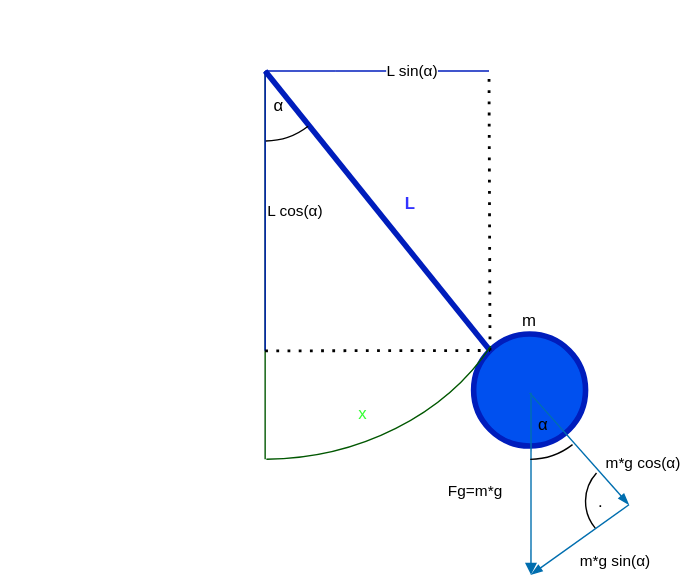
WelfareUnit/Projekt2 keeps this draw.io diagram as rysunek.drawio.svg. Above is the earlier version. Source tidied: cells renumbered, new cells last; positions are measured from the earlier drawing's top-left corner, leaving out a move shared by most shapes.
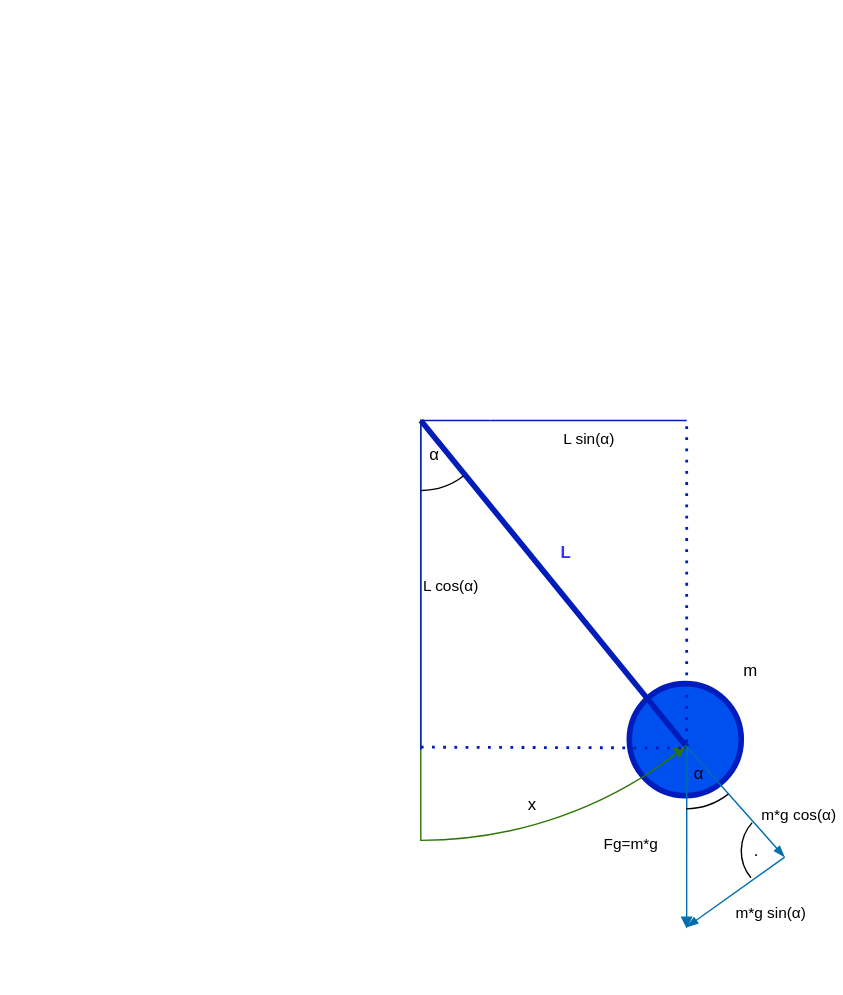
Later version of the same file.

What changed in the source:
```diff
@@ -2,24 +2,20 @@
   <root>
     <mxCell id="0" />
     <mxCell id="1" parent="0" />
-    <mxCell id="2" style="endArrow=none;html=1;rounded=0;entryX=0.5;entryY=1;entryDx=0;entryDy=0;entryPerimeter=0;fillColor=#008a00;strokeColor=#005700;" parent="1" edge="1">
-      <mxGeometry relative="1" as="geometry">
-        <mxPoint x="189" y="50" as="sourcePoint" />
-        <mxPoint x="189" y="327.5" as="targetPoint" />
-      </mxGeometry>
-    </mxCell>
-    <mxCell id="3" value="&lt;div&gt;m&lt;/div&gt;" style="ellipse;whiteSpace=wrap;html=1;strokeWidth=4;fillColor=#0050ef;fontColor=#000000;strokeColor=#001DBC;align=center;labelPosition=center;verticalLabelPosition=top;verticalAlign=bottom;" parent="1" vertex="1">
+    <mxCell id="3" value="&lt;div&gt;m&lt;/div&gt;" style="ellipse;whiteSpace=wrap;html=1;strokeWidth=4;fillColor=#0050ef;fontColor=#000000;strokeColor=#001DBC;align=left;labelPosition=right;verticalLabelPosition=top;verticalAlign=bottom;" parent="1" vertex="1">
       <mxGeometry x="338" y="238" width="80" height="80" as="geometry" />
     </mxCell>
+    <mxCell id="22" style="verticalLabelPosition=bottom;verticalAlign=top;html=1;shape=mxgraph.basic.pie;startAngle=0.3913260905740087;endAngle=0.5;fillColor=none;fontColor=#ffffff;strokeColor=#2D7600;" parent="1" vertex="1">
+      <mxGeometry x="-111" y="-250" width="600" height="600" as="geometry" />
+    </mxCell>
-    <mxCell id="4" style="endArrow=none;html=1;rounded=0;exitX=0;exitY=0;exitDx=0;exitDy=0;fillColor=#0050ef;strokeColor=#001DBC;strokeWidth=4;" parent="1" edge="1" source="3">
+    <mxCell id="4" style="endArrow=none;html=1;rounded=0;exitX=0.817;exitY=0.889;exitDx=0;exitDy=0;fillColor=#0050ef;strokeColor=#001DBC;strokeWidth=4;exitPerimeter=0;" parent="1" edge="1" source="22">
       <mxGeometry relative="1" as="geometry">
         <mxPoint x="189" y="50" as="targetPoint" />
       </mxGeometry>
     </mxCell>
-    <mxCell id="5" value="&lt;div align=&quot;left&quot;&gt;L cos(α)&lt;/div&gt;" style="endArrow=none;html=1;rounded=0;align=left;fillColor=#0050ef;strokeColor=#001DBC;" parent="1" edge="1">
+    <mxCell id="5" value="&lt;div align=&quot;left&quot;&gt;L cos(α)&lt;/div&gt;" style="endArrow=none;html=1;rounded=0;align=left;fillColor=#0050ef;strokeColor=#001DBC;entryX=0.5;entryY=0.892;entryDx=0;entryDy=0;entryPerimeter=0;" parent="1" edge="1" target="22">
       <mxGeometry relative="1" as="geometry">
         <mxPoint x="189" y="50" as="sourcePoint" />
-        <mxPoint x="189" y="250" as="targetPoint" />
       </mxGeometry>
     </mxCell>
     <mxCell id="6" style="endArrow=none;html=1;rounded=0;fillColor=#0050ef;strokeColor=#001DBC;" parent="1" edge="1" source="10">
@@ -27,48 +23,42 @@
         <mxPoint x="189" y="50" as="targetPoint" />
       </mxGeometry>
     </mxCell>
-    <mxCell id="7" style="endArrow=none;dashed=1;html=1;dashPattern=1 3;strokeWidth=2;rounded=0;entryX=0;entryY=0;entryDx=0;entryDy=0;" parent="1" edge="1" target="3">
-      <mxGeometry relative="1" as="geometry">
-        <mxPoint x="189" y="250" as="sourcePoint" />
-      </mxGeometry>
-    </mxCell>
-    <mxCell id="8" style="endArrow=none;dashed=1;html=1;dashPattern=1 3;strokeWidth=2;rounded=0;exitX=0;exitY=0;exitDx=0;exitDy=0;" parent="1" edge="1" source="3">
+    <mxCell id="8" style="endArrow=none;dashed=1;html=1;dashPattern=1 3;strokeWidth=2;rounded=0;fillColor=#0050ef;strokeColor=#001DBC;" parent="1" edge="1">
       <mxGeometry relative="1" as="geometry">
-        <mxPoint x="349" y="50" as="targetPoint" />
+        <mxPoint x="379" y="280" as="sourcePoint" />
+        <mxPoint x="379" y="50" as="targetPoint" />
       </mxGeometry>
     </mxCell>
-    <mxCell id="9" value="L sin(α)" style="endArrow=none;html=1;rounded=0;fillColor=#0050ef;strokeColor=#001DBC;" parent="1" edge="1" target="10">
+    <mxCell id="9" value="L sin(α)" style="endArrow=none;html=1;rounded=0;fillColor=#0050ef;strokeColor=#001DBC;labelPosition=center;verticalLabelPosition=bottom;align=center;verticalAlign=top;" parent="1" edge="1" target="10">
       <mxGeometry relative="1" as="geometry">
-        <mxPoint x="349" y="50" as="sourcePoint" />
+        <mxPoint x="379" y="50" as="sourcePoint" />
       </mxGeometry>
     </mxCell>
     <mxCell id="10" style="verticalLabelPosition=bottom;verticalAlign=top;html=1;shape=mxgraph.basic.arc;startAngle=0.3947917120802828;endAngle=0.4984085036175459;labelBorderColor=default;labelPosition=right;align=left;" parent="1" vertex="1">
       <mxGeometry x="139" width="100" height="100" as="geometry" />
     </mxCell>
-    <mxCell id="11" style="verticalLabelPosition=bottom;verticalAlign=top;html=1;shape=mxgraph.basic.arc;startAngle=0.33415680048955126;endAngle=0.4984085036175459;labelBorderColor=default;labelPosition=right;align=left;fillColor=#008a00;fontColor=#ffffff;strokeColor=#005700;" parent="1" vertex="1">
-      <mxGeometry y="1" width="376" height="326.5" as="geometry" />
-    </mxCell>
     <mxCell id="12" value="α" style="text;html=1;strokeColor=none;fillColor=none;align=center;verticalAlign=middle;whiteSpace=wrap;rounded=0;" parent="1" vertex="1">
       <mxGeometry x="169" y="60" width="60" height="30" as="geometry" />
     </mxCell>
     <mxCell id="13" value="L" style="text;html=1;strokeColor=none;fillColor=none;align=center;verticalAlign=middle;whiteSpace=wrap;rounded=0;fontColor=#3333FF;fontStyle=1;" parent="1" vertex="1">
       <mxGeometry x="263" y="130" width="60" height="30" as="geometry" />
     </mxCell>
-    <mxCell id="14" value="&lt;div&gt;Fg=m*g&lt;/div&gt;" style="endArrow=block;html=1;rounded=0;fillColor=#1ba1e2;strokeColor=#006EAF;exitX=0.513;exitY=0.525;exitDx=0;exitDy=0;exitPerimeter=0;" parent="1" edge="1" source="3">
+    <mxCell id="14" value="&lt;div&gt;Fg=m*g&lt;/div&gt;" style="endArrow=block;html=1;rounded=0;fillColor=#1ba1e2;strokeColor=#006EAF;exitX=0.513;exitY=0.525;exitDx=0;exitDy=0;exitPerimeter=0;" parent="1" edge="1">
       <mxGeometry x="0.08" y="-40" relative="1" as="geometry">
-        <mxPoint x="379" y="410" as="targetPoint" />
+        <mxPoint x="379" y="283" as="sourcePoint" />
+        <mxPoint x="379" y="413" as="targetPoint" />
       </mxGeometry>
     </mxCell>
     <mxCell id="15" value="m*g cos(α)" style="endArrow=blockThin;html=1;rounded=0;fillColor=#1ba1e2;strokeColor=#006EAF;strokeWidth=1;startArrow=none;startFill=0;endFill=1;" parent="1" edge="1">
       <mxGeometry x="0.7" y="27" relative="1" as="geometry">
-        <mxPoint x="378" y="280" as="sourcePoint" />
-        <mxPoint x="449" y="360" as="targetPoint" />
+        <mxPoint x="378" y="282" as="sourcePoint" />
+        <mxPoint x="449" y="362" as="targetPoint" />
       </mxGeometry>
     </mxCell>
     <mxCell id="16" value="m*g sin(α)" style="endArrow=none;html=1;rounded=0;fillColor=#1ba1e2;strokeColor=#006EAF;startArrow=blockThin;startFill=1;" parent="1" edge="1">
       <mxGeometry x="0.27" y="-27" relative="1" as="geometry">
-        <mxPoint x="379" y="410" as="sourcePoint" />
-        <mxPoint x="449" y="360" as="targetPoint" />
+        <mxPoint x="379" y="412" as="sourcePoint" />
+        <mxPoint x="449" y="362" as="targetPoint" />
       </mxGeometry>
     </mxCell>
     <mxCell id="17" style="verticalLabelPosition=bottom;verticalAlign=top;html=1;shape=mxgraph.basic.arc;startAngle=0.3947917120802828;endAngle=0.4984085036175459;" parent="1" vertex="1">
@@ -83,8 +73,17 @@
     <mxCell id="20" value="." style="text;html=1;strokeColor=none;fillColor=none;align=center;verticalAlign=middle;whiteSpace=wrap;rounded=0;" parent="1" vertex="1">
       <mxGeometry x="429" y="352.5" height="10" as="geometry" />
     </mxCell>
-    <mxCell id="21" value="x" style="text;html=1;strokeColor=none;fillColor=none;align=center;verticalAlign=middle;whiteSpace=wrap;rounded=0;fontColor=#33FF33;" parent="1" vertex="1">
-      <mxGeometry x="229" y="280" width="60" height="30" as="geometry" />
+    <mxCell id="21" value="x" style="text;html=1;align=center;verticalAlign=middle;whiteSpace=wrap;rounded=0;" parent="1" vertex="1">
+      <mxGeometry x="239" y="310" width="60" height="30" as="geometry" />
     </mxCell>
+    <mxCell id="23" value="." style="text;html=1;strokeColor=none;fillColor=none;align=center;verticalAlign=middle;whiteSpace=wrap;rounded=0;fontColor=none;noLabel=1;" parent="1" vertex="1">
+      <mxGeometry x="199" y="430" width="60" height="30" as="geometry" />
+    </mxCell>
+    <mxCell id="24" style="endArrow=classic;html=1;rounded=0;entryX=0.815;entryY=0.888;entryDx=0;entryDy=0;entryPerimeter=0;exitX=0.79;exitY=0.907;exitDx=0;exitDy=0;exitPerimeter=0;fillColor=#60a917;strokeColor=#2D7600;" parent="1" edge="1" source="22" target="22">
+      <mxGeometry relative="1" as="geometry" />
+    </mxCell>
+    <mxCell id="7" style="endArrow=none;dashed=1;html=1;dashPattern=1 3;strokeWidth=2;rounded=0;entryX=0.815;entryY=0.89;entryDx=0;entryDy=0;fillColor=#0050ef;strokeColor=#001DBC;entryPerimeter=0;exitX=0.5;exitY=0.889;exitDx=0;exitDy=0;exitPerimeter=0;" parent="1" edge="1" source="22" target="22">
+      <mxGeometry relative="1" as="geometry" />
+    </mxCell>
   </root>
 </mxGraphModel>
```
